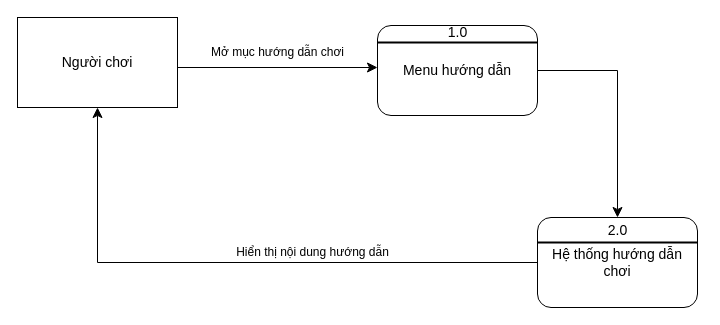
Earlier version of the draw.io diagram DFDtutorial.drawio (pminhtu24/Game-fropig2.0). Source tidied: cells renumbered, new cells numbered last; positions are measured from the earlier drawing's top-left corner, leaving out a move shared by most shapes. Both pictures are drawn from the tidied source at 100%, with x=0, y=0 at pixel (17, 17).
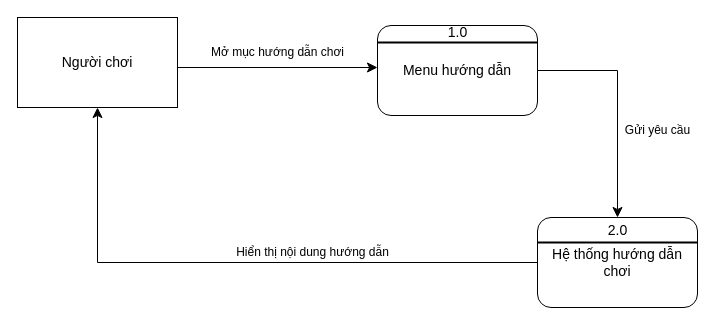
After the change.

What changed in the source:
```diff
@@
 <mxGraphModel>
   <root>
     <mxCell id="0" />
     <mxCell id="1" parent="0" />
     <mxCell id="2" value="&lt;font style=&quot;font-size: 14px;&quot;&gt;Người chơi&lt;/font&gt;" style="rounded=0;whiteSpace=wrap;html=1;" parent="1" vertex="1">
       <mxGeometry width="160" height="90" as="geometry" />
     </mxCell>
     <mxCell id="3" value="&lt;font style=&quot;font-size: 14px;&quot;&gt;Menu hướng dẫn&lt;/font&gt;" style="rounded=1;whiteSpace=wrap;html=1;" parent="1" vertex="1">
       <mxGeometry x="360" y="8" width="160" height="90" as="geometry" />
     </mxCell>
     <mxCell id="4" style="edgeStyle=segmentEdgeStyle;endArrow=classic;html=1;curved=0;rounded=0;endSize=8;startSize=8;" parent="1" edge="1" target="3">
       <mxGeometry relative="1" as="geometry">
         <mxPoint x="160" y="50" as="sourcePoint" />
       </mxGeometry>
     </mxCell>
     <mxCell id="5" value="Mở mục hướng dẫn chơi" style="text;html=1;align=center;verticalAlign=middle;strokeColor=none;fillColor=none;" parent="1" vertex="1">
       <mxGeometry x="180" y="20" width="160" height="30" as="geometry" />
     </mxCell>
     <mxCell id="6" style="line;strokeWidth=2;html=1;" parent="1" vertex="1">
       <mxGeometry x="360" y="20" width="160" height="10" as="geometry" />
     </mxCell>
     <mxCell id="7" value="&lt;font style=&quot;font-size: 14px;&quot;&gt;1.0&lt;/font&gt;" style="text;html=1;align=center;verticalAlign=middle;strokeColor=none;fillColor=none;" parent="1" vertex="1">
       <mxGeometry x="420" width="40" height="30" as="geometry" />
     </mxCell>
     <mxCell id="8" style="edgeStyle=segmentEdgeStyle;endArrow=classic;html=1;curved=0;rounded=0;endSize=8;startSize=8;exitX=1;exitY=0.5;exitDx=0;exitDy=0;" parent="1" edge="1" source="3">
       <mxGeometry relative="1" as="geometry">
         <mxPoint x="600" y="200" as="targetPoint" />
       </mxGeometry>
     </mxCell>
     <mxCell id="9" value="&lt;span style=&quot;font-size: 14px;&quot;&gt;Hệ thống hướng dẫn chơi&lt;/span&gt;" style="rounded=1;whiteSpace=wrap;html=1;" parent="1" vertex="1">
       <mxGeometry x="520" y="200" width="160" height="90" as="geometry" />
     </mxCell>
     <mxCell id="10" style="line;strokeWidth=2;html=1;" parent="1" vertex="1">
       <mxGeometry x="520" y="220" width="160" height="10" as="geometry" />
     </mxCell>
     <mxCell id="11" value="&lt;font style=&quot;font-size: 14px;&quot;&gt;2.0&lt;/font&gt;" style="text;html=1;align=center;verticalAlign=middle;strokeColor=none;fillColor=none;" parent="1" vertex="1">
       <mxGeometry x="580" y="198" width="40" height="30" as="geometry" />
     </mxCell>
     <mxCell id="12" style="edgeStyle=segmentEdgeStyle;endArrow=classic;html=1;curved=0;rounded=0;endSize=8;startSize=8;exitX=0;exitY=0.5;exitDx=0;exitDy=0;" parent="1" edge="1" source="9">
       <mxGeometry relative="1" as="geometry">
         <mxPoint x="80" y="90" as="targetPoint" />
       </mxGeometry>
     </mxCell>
     <mxCell id="13" value="Hiển thị nội dung hướng dẫn" style="text;html=1;align=center;verticalAlign=middle;strokeColor=none;fillColor=none;" parent="1" vertex="1">
       <mxGeometry x="205" y="220" width="180" height="30" as="geometry" />
     </mxCell>
+    <mxCell id="14" value="Gửi yêu cầu" style="text;html=1;align=center;verticalAlign=middle;strokeColor=none;fillColor=none;" parent="1" vertex="1">
+      <mxGeometry x="595" y="98" width="90" height="30" as="geometry" />
+    </mxCell>
   </root>
 </mxGraphModel>
```
